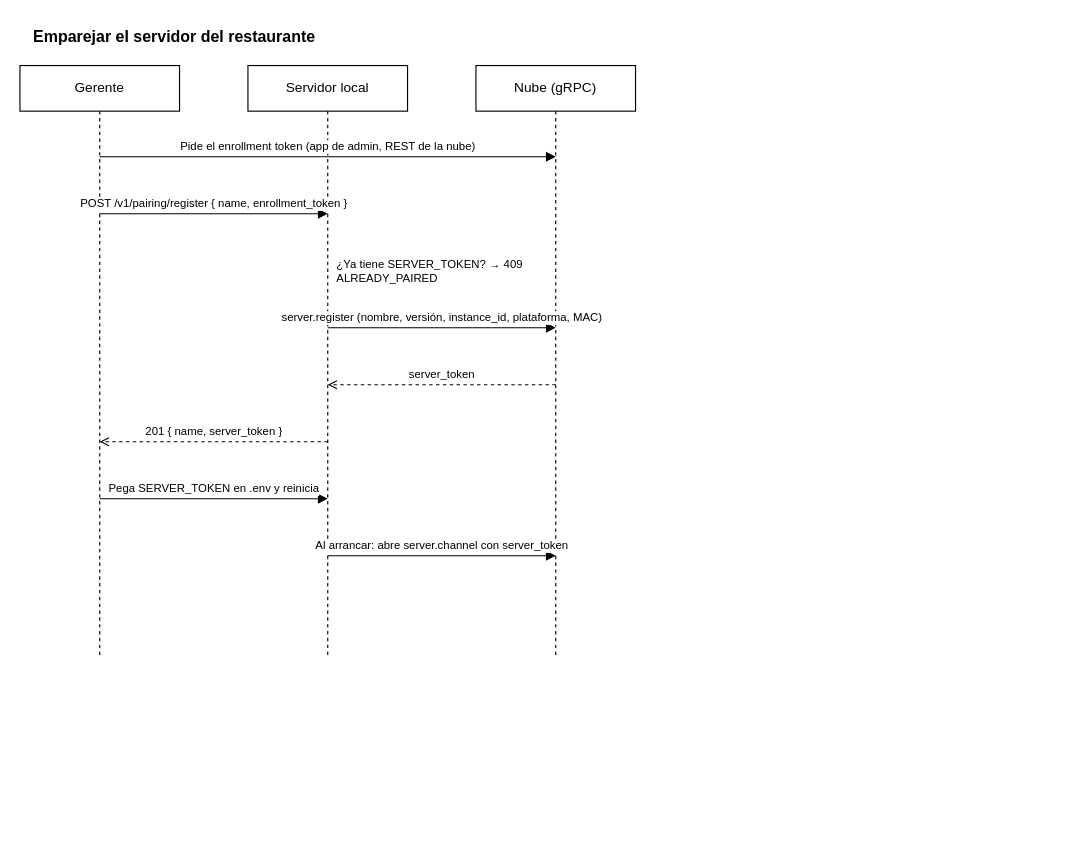
Earlier version of the draw.io diagram documents/diagrams/sequences/server-pairing.drawio (Andry510/miyabi-restaurant-server). Source tidied: cells renumbered, new cells numbered last; positions are measured from the earlier drawing's top-left corner, leaving out a move shared by most shapes. Both pictures are drawn from the tidied source at 114%, with x=0, y=0 at pixel (19, 19).
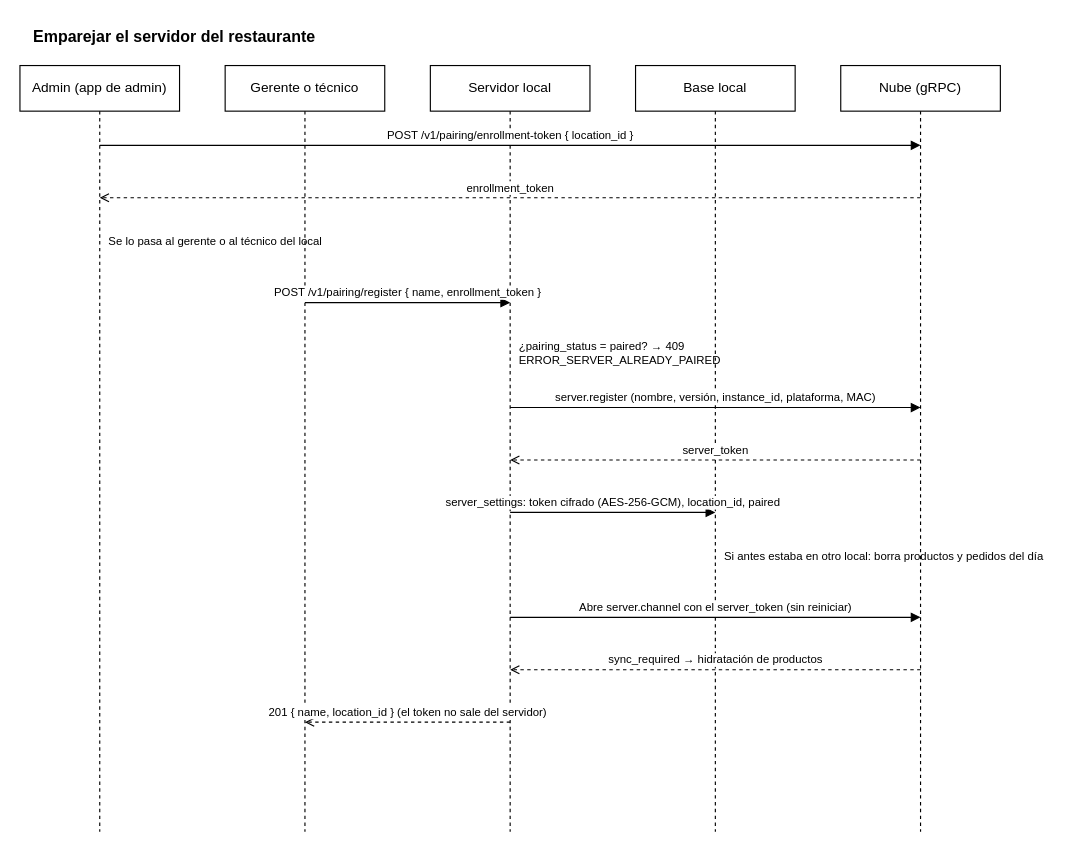
Above is the later version.

The edit, as a diff of the source:
```diff
@@
     <mxCell id="2" value="Emparejar el servidor del restaurante" style="text;html=1;align=left;verticalAlign=middle;fontStyle=1;fontSize=14;" parent="1" vertex="1">
-      <mxGeometry x="10" width="900" height="30" as="geometry" />
+      <mxGeometry x="10" width="910" height="30" as="geometry" />
     </mxCell>
-    <mxCell id="3" value="Gerente" style="shape=umlLifeline;perspective=0;whiteSpace=wrap;html=1;size=40;" parent="1" vertex="1">
-      <mxGeometry y="40" width="140" height="520" as="geometry" />
+    <mxCell id="3" value="Admin (app de admin)" style="shape=umlLifeline;perspective=0;whiteSpace=wrap;html=1;size=40;" parent="1" vertex="1">
+      <mxGeometry y="40" width="140" height="672" as="geometry" />
     </mxCell>
-    <mxCell id="4" value="Servidor local" style="shape=umlLifeline;perspective=0;whiteSpace=wrap;html=1;size=40;" parent="1" vertex="1">
-      <mxGeometry x="200" y="40" width="140" height="520" as="geometry" />
+    <mxCell id="4" value="Gerente o técnico" style="shape=umlLifeline;perspective=0;whiteSpace=wrap;html=1;size=40;" parent="1" vertex="1">
+      <mxGeometry x="180" y="40" width="140" height="672" as="geometry" />
     </mxCell>
-    <mxCell id="5" value="Nube (gRPC)" style="shape=umlLifeline;perspective=0;whiteSpace=wrap;html=1;size=40;" parent="1" vertex="1">
-      <mxGeometry x="400" y="40" width="140" height="520" as="geometry" />
+    <mxCell id="5" value="Servidor local" style="shape=umlLifeline;perspective=0;whiteSpace=wrap;html=1;size=40;" parent="1" vertex="1">
+      <mxGeometry x="360" y="40" width="140" height="672" as="geometry" />
     </mxCell>
-    <mxCell id="6" value="Pide el enrollment token (app de admin, REST de la nube)" style="html=1;verticalAlign=bottom;endArrow=block;fontSize=10;" parent="1" edge="1">
-      <mxGeometry relative="1" as="geometry">
-        <mxPoint x="70" y="120" as="sourcePoint" />
-        <mxPoint x="470" y="120" as="targetPoint" />
-      </mxGeometry>
+    <mxCell id="6" value="Base local" style="shape=umlLifeline;perspective=0;whiteSpace=wrap;html=1;size=40;" parent="1" vertex="1">
+      <mxGeometry x="540" y="40" width="140" height="672" as="geometry" />
     </mxCell>
-    <mxCell id="7" value="POST /v1/pairing/register { name, enrollment_token }" style="html=1;verticalAlign=bottom;endArrow=block;fontSize=10;" parent="1" edge="1">
-      <mxGeometry relative="1" as="geometry">
-        <mxPoint x="70" y="170" as="sourcePoint" />
-        <mxPoint x="270" y="170" as="targetPoint" />
-      </mxGeometry>
+    <mxCell id="7" value="Nube (gRPC)" style="shape=umlLifeline;perspective=0;whiteSpace=wrap;html=1;size=40;" parent="1" vertex="1">
+      <mxGeometry x="720" y="40" width="140" height="672" as="geometry" />
     </mxCell>
-    <mxCell id="8" value="¿Ya tiene SERVER_TOKEN? → 409 ALREADY_PAIRED" style="text;html=1;align=left;fontSize=10;whiteSpace=wrap;" parent="1" vertex="1">
-      <mxGeometry x="276" y="202" width="190" height="36" as="geometry" />
+    <mxCell id="8" value="POST /v1/pairing/enrollment-token { location_id }" style="html=1;verticalAlign=bottom;endArrow=block;fontSize=10;" parent="1" edge="1">
+      <mxGeometry relative="1" as="geometry">
+        <mxPoint x="70" y="110" as="sourcePoint" />
+        <mxPoint x="790" y="110" as="targetPoint" />
+      </mxGeometry>
     </mxCell>
-    <mxCell id="9" value="server.register (nombre, versión, instance_id, plataforma, MAC)" style="html=1;verticalAlign=bottom;endArrow=block;fontSize=10;" parent="1" edge="1">
+    <mxCell id="9" value="enrollment_token" style="html=1;verticalAlign=bottom;endArrow=open;fontSize=10;dashed=1;" parent="1" edge="1">
       <mxGeometry relative="1" as="geometry">
-        <mxPoint x="270" y="270" as="sourcePoint" />
-        <mxPoint x="470" y="270" as="targetPoint" />
+        <mxPoint x="790" y="156" as="sourcePoint" />
+        <mxPoint x="70" y="156" as="targetPoint" />
       </mxGeometry>
     </mxCell>
-    <mxCell id="10" value="server_token" style="html=1;verticalAlign=bottom;endArrow=block;fontSize=10;dashed=1;endArrow=open;" parent="1" edge="1">
-      <mxGeometry relative="1" as="geometry">
-        <mxPoint x="470" y="320" as="sourcePoint" />
-        <mxPoint x="270" y="320" as="targetPoint" />
-      </mxGeometry>
+    <mxCell id="10" value="Se lo pasa al gerente o al técnico del local" style="text;html=1;align=left;fontSize=10;whiteSpace=wrap;" parent="1" vertex="1">
+      <mxGeometry x="76" y="182" width="300" height="40" as="geometry" />
     </mxCell>
-    <mxCell id="11" value="201 { name, server_token }" style="html=1;verticalAlign=bottom;endArrow=block;fontSize=10;dashed=1;endArrow=open;" parent="1" edge="1">
+    <mxCell id="11" value="POST /v1/pairing/register { name, enrollment_token }" style="html=1;verticalAlign=bottom;endArrow=block;fontSize=10;" parent="1" edge="1">
       <mxGeometry relative="1" as="geometry">
-        <mxPoint x="270" y="370" as="sourcePoint" />
-        <mxPoint x="70" y="370" as="targetPoint" />
+        <mxPoint x="250" y="248" as="sourcePoint" />
+        <mxPoint x="430" y="248" as="targetPoint" />
       </mxGeometry>
     </mxCell>
-    <mxCell id="12" value="Pega SERVER_TOKEN en .env y reinicia" style="html=1;verticalAlign=bottom;endArrow=block;fontSize=10;" parent="1" edge="1">
-      <mxGeometry relative="1" as="geometry">
-        <mxPoint x="70" y="420" as="sourcePoint" />
-        <mxPoint x="270" y="420" as="targetPoint" />
-      </mxGeometry>
+    <mxCell id="12" value="¿pairing_status = paired? → 409 ERROR_SERVER_ALREADY_PAIRED" style="text;html=1;align=left;fontSize=10;whiteSpace=wrap;" parent="1" vertex="1">
+      <mxGeometry x="436" y="274" width="300" height="40" as="geometry" />
     </mxCell>
-    <mxCell id="13" value="Al arrancar: abre server.channel con server_token" style="html=1;verticalAlign=bottom;endArrow=block;fontSize=10;" parent="1" edge="1">
+    <mxCell id="13" value="server.register (nombre, versión, instance_id, plataforma, MAC)" style="html=1;verticalAlign=bottom;endArrow=block;fontSize=10;" parent="1" edge="1">
       <mxGeometry relative="1" as="geometry">
-        <mxPoint x="270" y="470" as="sourcePoint" />
-        <mxPoint x="470" y="470" as="targetPoint" />
+        <mxPoint x="430" y="340" as="sourcePoint" />
+        <mxPoint x="790" y="340" as="targetPoint" />
       </mxGeometry>
     </mxCell>
+    <mxCell id="14" value="server_token" style="html=1;verticalAlign=bottom;endArrow=open;fontSize=10;dashed=1;" parent="1" edge="1">
+      <mxGeometry relative="1" as="geometry">
+        <mxPoint x="790" y="386" as="sourcePoint" />
+        <mxPoint x="430" y="386" as="targetPoint" />
+      </mxGeometry>
+    </mxCell>
+    <mxCell id="15" value="server_settings: token cifrado (AES-256-GCM), location_id, paired" style="html=1;verticalAlign=bottom;endArrow=block;fontSize=10;" parent="1" edge="1">
+      <mxGeometry relative="1" as="geometry">
+        <mxPoint x="430" y="432" as="sourcePoint" />
+        <mxPoint x="610" y="432" as="targetPoint" />
+      </mxGeometry>
+    </mxCell>
+    <mxCell id="16" value="Si antes estaba en otro local: borra productos y pedidos del día" style="text;html=1;align=left;fontSize=10;whiteSpace=wrap;" parent="1" vertex="1">
+      <mxGeometry x="616" y="458" width="300" height="40" as="geometry" />
+    </mxCell>
+    <mxCell id="17" value="Abre server.channel con el server_token (sin reiniciar)" style="html=1;verticalAlign=bottom;endArrow=block;fontSize=10;" parent="1" edge="1">
+      <mxGeometry relative="1" as="geometry">
+        <mxPoint x="430" y="524" as="sourcePoint" />
+        <mxPoint x="790" y="524" as="targetPoint" />
+      </mxGeometry>
+    </mxCell>
+    <mxCell id="18" value="sync_required → hidratación de productos" style="html=1;verticalAlign=bottom;endArrow=open;fontSize=10;dashed=1;" parent="1" edge="1">
+      <mxGeometry relative="1" as="geometry">
+        <mxPoint x="790" y="570" as="sourcePoint" />
+        <mxPoint x="430" y="570" as="targetPoint" />
+      </mxGeometry>
+    </mxCell>
+    <mxCell id="19" value="201 { name, location_id } (el token no sale del servidor)" style="html=1;verticalAlign=bottom;endArrow=open;fontSize=10;dashed=1;" parent="1" edge="1">
+      <mxGeometry relative="1" as="geometry">
+        <mxPoint x="430" y="616" as="sourcePoint" />
+        <mxPoint x="250" y="616" as="targetPoint" />
+      </mxGeometry>
+    </mxCell>
```
